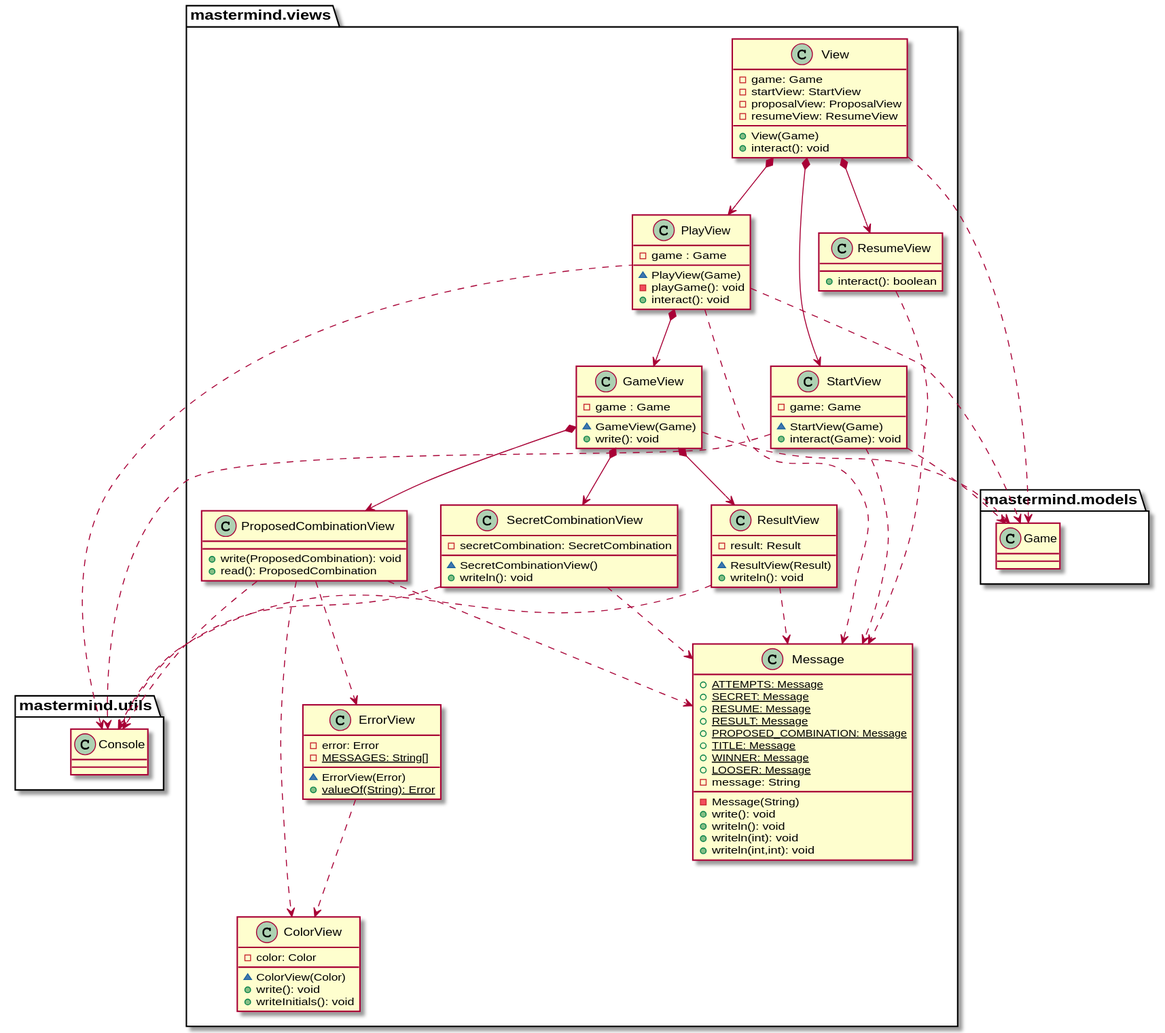
mahuerta/MasterMind keeps this PlantUML diagram as docs/images/mastermindViews.svg. Above is the earlier version.
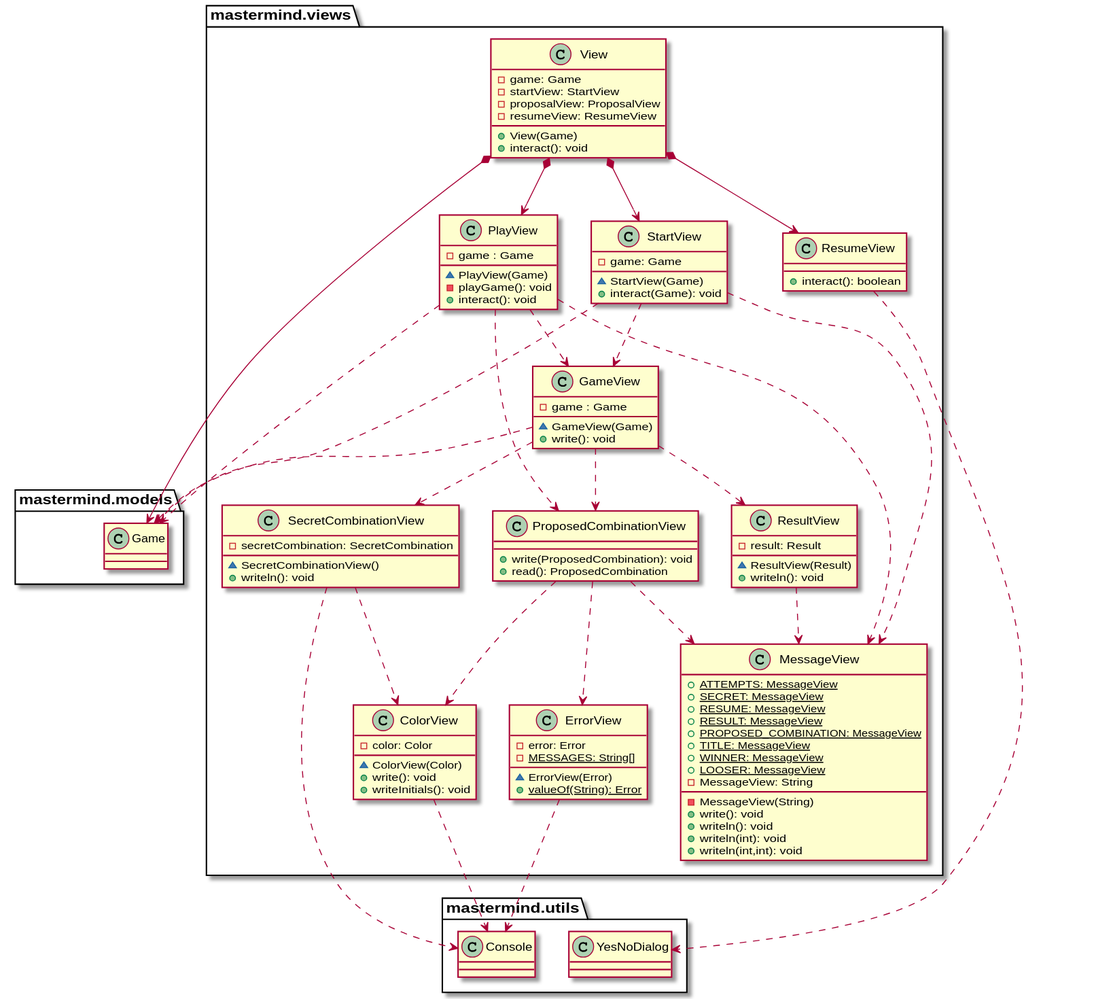
Later version of the same file.

Commit message:
Vistas y renombrado de Message a MessageView

What changed in the source:
```diff
@@ -13,19 +13,18 @@
 + {static} valueOf(String): Error
 }
 
-mastermind.views.ErrorView ..> mastermind.views.ColorView
 
-class  mastermind.views.Message{
-+ {static} ATTEMPTS: Message
-+ {static} SECRET: Message
-+ {static} RESUME: Message
-+ {static} RESULT: Message
-+ {static} PROPOSED_COMBINATION: Message
-+ {static} TITLE: Message
-+ {static} WINNER: Message
-+ {static} LOOSER: Message
-- message: String
-- Message(String)
+class  mastermind.views.MessageView{
++ {static} ATTEMPTS: MessageView
++ {static} SECRET: MessageView
++ {static} RESUME: MessageView
++ {static} RESULT: MessageView
++ {static} PROPOSED_COMBINATION: MessageView
++ {static} TITLE: MessageView
++ {static} WINNER: MessageView
++ {static} LOOSER: MessageView
+- MessageView: String
+- MessageView(String)
 + write(): void
 + writeln(): void
 + writeln(int): void
@@ -45,23 +44,11 @@
 + write(): void
 }
 
-mastermind.utils.Console <.. mastermind.views.PlayView
-mastermind.views.PlayView ..> mastermind.models.Game
-mastermind.views.PlayView ..> mastermind.views.Message
-mastermind.views.GameView *-down-> mastermind.views.SecretCombinationView
-mastermind.views.GameView *-down-> mastermind.views.ProposedCombinationView
-mastermind.views.GameView *-down-> mastermind.views.ResultView
-mastermind.views.GameView ..> mastermind.models.Game
-
 
 class  mastermind.views.ProposedCombinationView{
 + write(ProposedCombination): void
 + read(): ProposedCombination
 }
-mastermind.utils.Console <.down. mastermind.views.ProposedCombinationView
-mastermind.views.ProposedCombinationView..> mastermind.views.Message
-mastermind.views.ProposedCombinationView..> mastermind.views.ColorView
-mastermind.views.ProposedCombinationView..> mastermind.views.ErrorView
 
 
 class  mastermind.views.ResultView{
@@ -69,30 +56,22 @@
 ~ ResultView(Result)
 + writeln(): void
 }
-mastermind.utils.Console <.down. mastermind.views.ResultView
-mastermind.views.ResultView..> mastermind.views.Message
 
 class  mastermind.views.ResumeView{
 + interact(): boolean
 }
-mastermind.views.ResumeView..> mastermind.views.Message
 
 class  mastermind.views.SecretCombinationView{
 - secretCombination: SecretCombination
 ~ SecretCombinationView()
 + writeln(): void
 }
-mastermind.utils.Console <.down. mastermind.views.SecretCombinationView
-mastermind.views.SecretCombinationView..> mastermind.views.Message
 
 class  mastermind.views.StartView{
 - game: Game
 ~ StartView(Game)
 + interact(Game): void
 }
-mastermind.utils.Console <.down. mastermind.views.StartView
-mastermind.views.StartView ..> mastermind.models.Game
-mastermind.views.StartView..> mastermind.views.Message
 
 class  mastermind.views.View{
 - game: Game
@@ -102,9 +81,37 @@
 + View(Game)
 + interact(): void
 }
+
+mastermind.views.View *-down-> mastermind.models.Game
 mastermind.views.View *-down-> mastermind.views.PlayView
 mastermind.views.View *-down-> mastermind.views.StartView
-mastermind.views.View .down.> mastermind.models.Game
 mastermind.views.View *-down-> mastermind.views.ResumeView
-mastermind.views.PlayView *-down-> mastermind.views.GameView
+
+mastermind.views.PlayView ..> mastermind.views.GameView
+mastermind.views.PlayView ..> mastermind.views.ProposedCombinationView
+mastermind.views.PlayView ..> mastermind.models.Game
+mastermind.views.PlayView ..> mastermind.views.MessageView
+
+
+mastermind.views.GameView ..> mastermind.views.SecretCombinationView
+mastermind.views.GameView ..> mastermind.views.ProposedCombinationView
+mastermind.views.GameView ..> mastermind.views.ResultView
+mastermind.views.GameView ..> mastermind.models.Game
+
+mastermind.views.StartView ..> mastermind.models.Game
+mastermind.views.StartView ..> mastermind.views.MessageView
+mastermind.views.StartView ..> mastermind.views.GameView
+
+mastermind.views.ResumeView ..> mastermind.utils.YesNoDialog
+
+mastermind.views.ProposedCombinationView..> mastermind.views.MessageView
+mastermind.views.ProposedCombinationView..> mastermind.views.ColorView
+mastermind.views.ProposedCombinationView..> mastermind.views.ErrorView
+
+mastermind.views.SecretCombinationView..> mastermind.utils.Console
+mastermind.views.SecretCombinationView..> mastermind.views.ColorView
+
+mastermind.views.ColorView..> mastermind.utils.Console
+mastermind.views.ErrorView ..> mastermind.utils.Console
+mastermind.views.ResultView..> mastermind.views.MessageView
 @enduml
```
